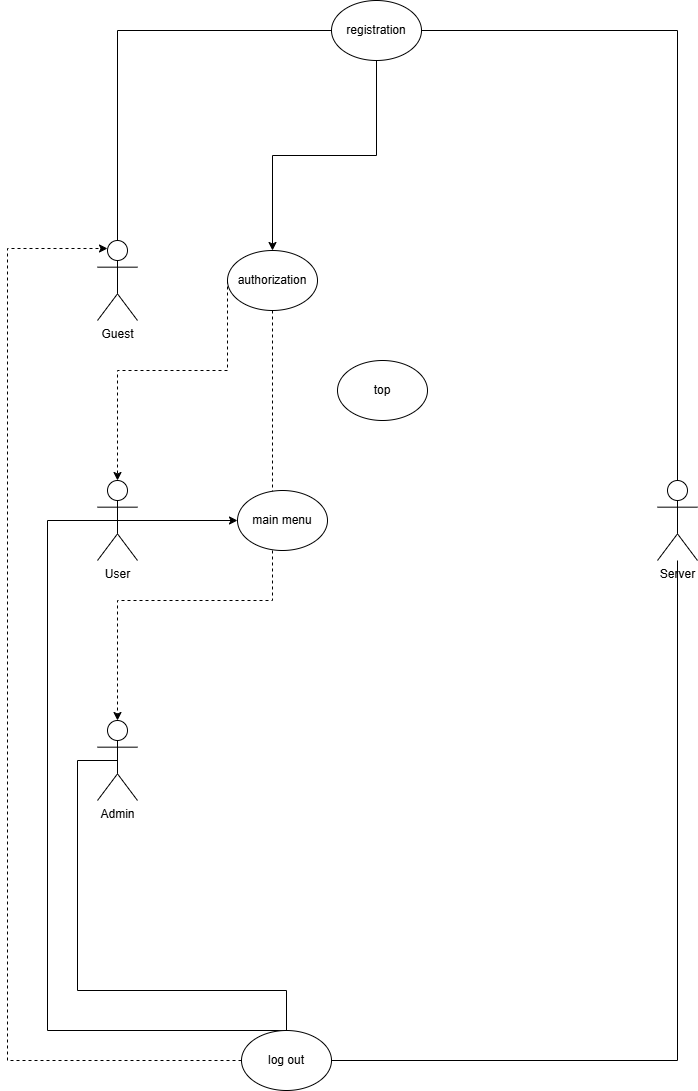
The draw.io diagram UseCase.drawio.png in mandrus-ai/MITP_2026, before a commit. Source tidied: cells renumbered, new cells last; positions are measured from the earlier drawing's top-left corner, leaving out a move shared by most shapes.
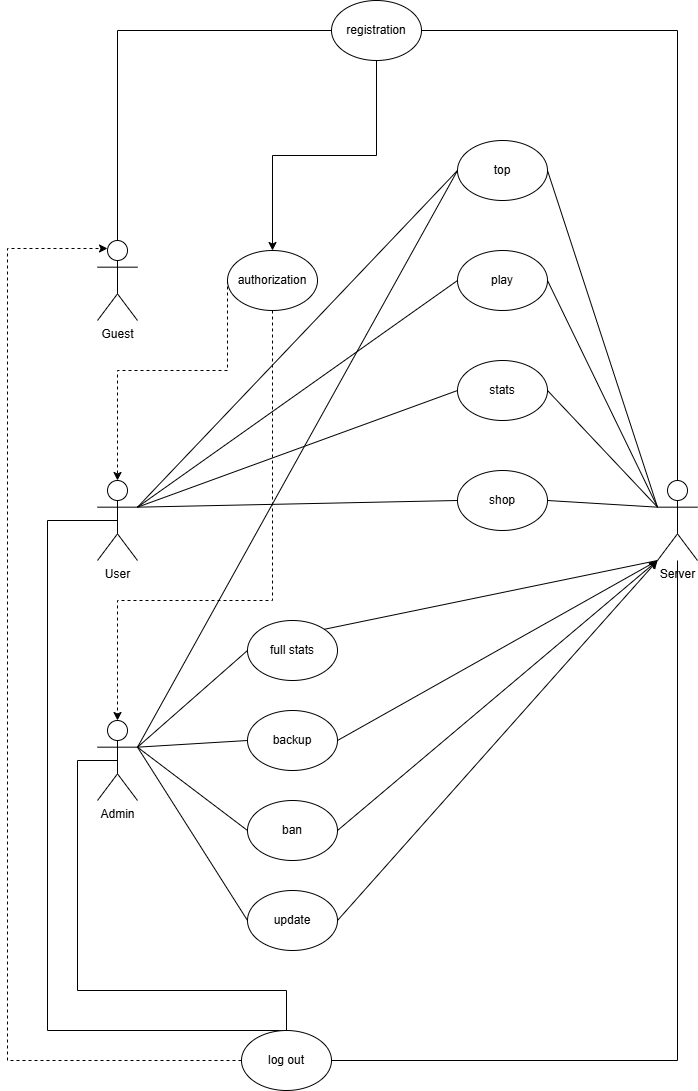
After the commit.

The edit, as a diff of the source:
```diff
@@ -13,9 +13,6 @@
         </Array>
       </mxGeometry>
     </mxCell>
-    <mxCell id="4" style="edgeStyle=orthogonalEdgeStyle;rounded=0;jettySize=auto;html=1;exitX=0.5;exitY=0.5;exitDx=0;exitDy=0;exitPerimeter=0;entryX=0;entryY=0.5;entryDx=0;entryDy=0;" parent="1" edge="1" source="5" target="19">
-      <mxGeometry relative="1" as="geometry" />
-    </mxCell>
     <mxCell id="5" value="User&lt;div&gt;&lt;br&gt;&lt;/div&gt;" style="shape=umlActor;verticalLabelPosition=bottom;verticalAlign=top;html=1;outlineConnect=0;" parent="1" vertex="1">
       <mxGeometry x="90" y="480" width="40" height="80" as="geometry" />
     </mxCell>
@@ -83,11 +80,82 @@
         </Array>
       </mxGeometry>
     </mxCell>
-    <mxCell id="19" value="main menu" style="ellipse;whiteSpace=wrap;html=1;" parent="1" vertex="1">
-      <mxGeometry x="230" y="490" width="90" height="60" as="geometry" />
-    </mxCell>
     <mxCell id="20" value="top" style="ellipse;whiteSpace=wrap;html=1;" parent="1" vertex="1">
-      <mxGeometry x="330" y="360" width="90" height="60" as="geometry" />
+      <mxGeometry x="450" y="140" width="90" height="60" as="geometry" />
     </mxCell>
+    <mxCell id="21" value="play" style="ellipse;whiteSpace=wrap;html=1;" parent="1" vertex="1">
+      <mxGeometry x="450" y="250" width="90" height="60" as="geometry" />
+    </mxCell>
+    <mxCell id="22" value="stats" style="ellipse;whiteSpace=wrap;html=1;" parent="1" vertex="1">
+      <mxGeometry x="450" y="360" width="90" height="60" as="geometry" />
+    </mxCell>
+    <mxCell id="23" value="shop" style="ellipse;whiteSpace=wrap;html=1;" parent="1" vertex="1">
+      <mxGeometry x="450" y="470" width="90" height="60" as="geometry" />
+    </mxCell>
+    <mxCell id="24" style="endArrow=none;html=1;rounded=0;exitX=1;exitY=0.3333333333333333;exitDx=0;exitDy=0;entryX=0;entryY=0.5;entryDx=0;entryDy=0;exitPerimeter=0;" parent="1" edge="1" source="5" target="20">
+      <mxGeometry relative="1" as="geometry" />
+    </mxCell>
+    <mxCell id="25" style="endArrow=none;html=1;rounded=0;exitX=1;exitY=0.3333333333333333;exitDx=0;exitDy=0;entryX=0;entryY=0.5;entryDx=0;entryDy=0;exitPerimeter=0;" parent="1" edge="1" source="5" target="21">
+      <mxGeometry relative="1" as="geometry" />
+    </mxCell>
+    <mxCell id="26" style="endArrow=none;html=1;rounded=0;entryX=0;entryY=0.5;entryDx=0;entryDy=0;exitX=1;exitY=0.3333333333333333;exitDx=0;exitDy=0;exitPerimeter=0;" parent="1" edge="1" source="5" target="22">
+      <mxGeometry relative="1" as="geometry" />
+    </mxCell>
+    <mxCell id="27" style="endArrow=none;html=1;rounded=0;entryX=0;entryY=0.5;entryDx=0;entryDy=0;exitX=1;exitY=0.3333333333333333;exitDx=0;exitDy=0;exitPerimeter=0;" parent="1" edge="1" source="5" target="23">
+      <mxGeometry relative="1" as="geometry" />
+    </mxCell>
+    <mxCell id="28" style="endArrow=none;html=1;rounded=0;exitX=1;exitY=0.5;exitDx=0;exitDy=0;entryX=0;entryY=0.3333333333333333;entryDx=0;entryDy=0;entryPerimeter=0;" parent="1" edge="1" source="20" target="8">
+      <mxGeometry relative="1" as="geometry" />
+    </mxCell>
+    <mxCell id="29" style="endArrow=none;html=1;rounded=0;exitX=1;exitY=0.5;exitDx=0;exitDy=0;entryX=0;entryY=0.3333333333333333;entryDx=0;entryDy=0;entryPerimeter=0;" parent="1" edge="1" source="21" target="8">
+      <mxGeometry relative="1" as="geometry" />
+    </mxCell>
+    <mxCell id="30" style="endArrow=none;html=1;rounded=0;exitX=1;exitY=0.5;exitDx=0;exitDy=0;entryX=0;entryY=0.3333333333333333;entryDx=0;entryDy=0;entryPerimeter=0;" parent="1" edge="1" source="23" target="8">
+      <mxGeometry relative="1" as="geometry" />
+    </mxCell>
+    <mxCell id="31" style="endArrow=none;html=1;rounded=0;exitX=1;exitY=0.5;exitDx=0;exitDy=0;entryX=0;entryY=0.3333333333333333;entryDx=0;entryDy=0;entryPerimeter=0;" parent="1" edge="1" source="22" target="8">
+      <mxGeometry relative="1" as="geometry" />
+    </mxCell>
+    <mxCell id="32" style="endArrow=none;html=1;rounded=0;exitX=1;exitY=0.3333333333333333;exitDx=0;exitDy=0;exitPerimeter=0;entryX=0;entryY=0.5;entryDx=0;entryDy=0;" parent="1" edge="1" source="7" target="20">
+      <mxGeometry relative="1" as="geometry" />
+    </mxCell>
+    <mxCell id="33" value="full stats" style="ellipse;whiteSpace=wrap;html=1;" parent="1" vertex="1">
+      <mxGeometry x="240" y="620" width="90" height="60" as="geometry" />
+    </mxCell>
+    <mxCell id="34" value="backup" style="ellipse;whiteSpace=wrap;html=1;" parent="1" vertex="1">
+      <mxGeometry x="240" y="710" width="90" height="60" as="geometry" />
+    </mxCell>
+    <mxCell id="35" value="ban" style="ellipse;whiteSpace=wrap;html=1;" parent="1" vertex="1">
+      <mxGeometry x="240" y="800" width="90" height="60" as="geometry" />
+    </mxCell>
+    <mxCell id="36" value="update" style="ellipse;whiteSpace=wrap;html=1;" parent="1" vertex="1">
+      <mxGeometry x="240" y="890" width="90" height="60" as="geometry" />
+    </mxCell>
+    <mxCell id="37" style="endArrow=none;html=1;rounded=0;exitX=1;exitY=0.3333333333333333;exitDx=0;exitDy=0;exitPerimeter=0;entryX=0;entryY=0.5;entryDx=0;entryDy=0;" parent="1" edge="1" source="7" target="33">
+      <mxGeometry relative="1" as="geometry" />
+    </mxCell>
+    <mxCell id="38" style="endArrow=none;html=1;rounded=0;exitX=1;exitY=0.3333333333333333;exitDx=0;exitDy=0;exitPerimeter=0;entryX=0;entryY=0.5;entryDx=0;entryDy=0;" parent="1" edge="1" source="7" target="34">
+      <mxGeometry relative="1" as="geometry" />
+    </mxCell>
+    <mxCell id="39" style="endArrow=none;html=1;rounded=0;exitX=1;exitY=0.3333333333333333;exitDx=0;exitDy=0;exitPerimeter=0;entryX=0;entryY=0.5;entryDx=0;entryDy=0;" parent="1" edge="1" source="7" target="35">
+      <mxGeometry relative="1" as="geometry" />
+    </mxCell>
+    <mxCell id="40" style="endArrow=none;html=1;rounded=0;exitX=1;exitY=0.3333333333333333;exitDx=0;exitDy=0;exitPerimeter=0;entryX=0;entryY=0.5;entryDx=0;entryDy=0;" parent="1" edge="1" source="7" target="36">
+      <mxGeometry relative="1" as="geometry" />
+    </mxCell>
+    <mxCell id="41" style="endArrow=classic;html=1;rounded=0;exitX=1;exitY=0.5;exitDx=0;exitDy=0;entryX=0;entryY=1;entryDx=0;entryDy=0;entryPerimeter=0;" parent="1" edge="1" source="35" target="8">
+      <mxGeometry relative="1" as="geometry" />
+    </mxCell>
+    <mxCell id="42" style="endArrow=none;html=1;rounded=0;exitX=1;exitY=0.5;exitDx=0;exitDy=0;entryX=0;entryY=1;entryDx=0;entryDy=0;entryPerimeter=0;endFill=0;" parent="1" edge="1" source="34" target="8">
+      <mxGeometry relative="1" as="geometry" />
+    </mxCell>
+    <mxCell id="43" style="endArrow=none;html=1;rounded=0;exitX=1;exitY=0;exitDx=0;exitDy=0;entryX=0;entryY=1;entryDx=0;entryDy=0;entryPerimeter=0;endFill=0;" parent="1" edge="1" source="33" target="8">
+      <mxGeometry relative="1" as="geometry" />
+    </mxCell>
+    <mxCell id="44" style="endArrow=classic;html=1;rounded=0;exitX=1;exitY=0.5;exitDx=0;exitDy=0;" parent="1" edge="1" source="36">
+      <mxGeometry relative="1" as="geometry">
+        <mxPoint x="650" y="560" as="targetPoint" />
+      </mxGeometry>
+    </mxCell>
   </root>
 </mxGraphModel>
```
